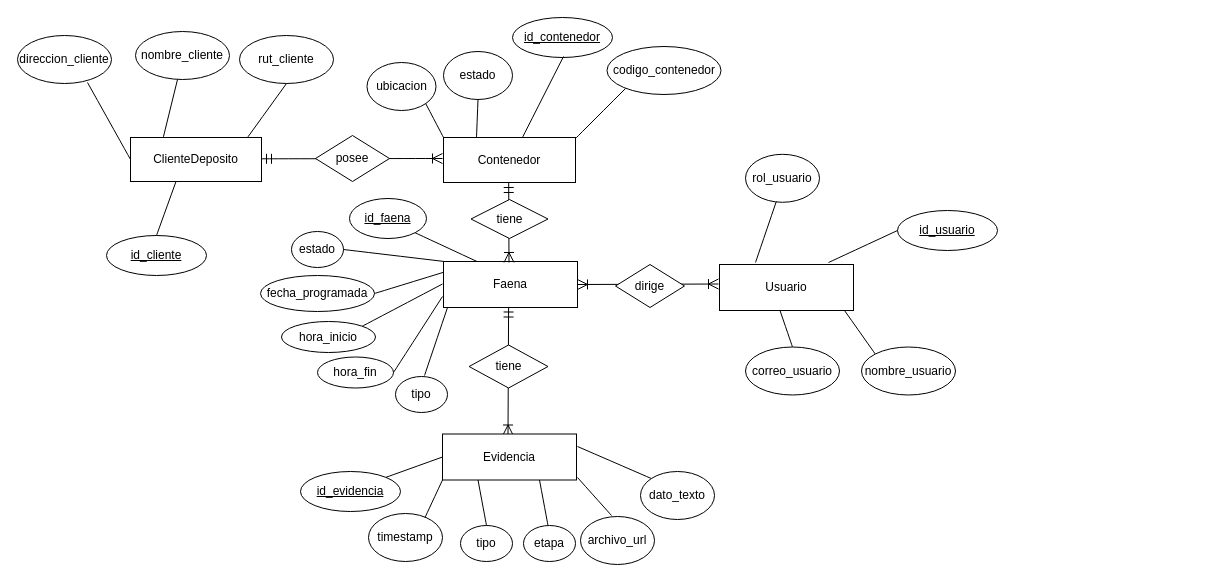
Above: Diagrama sin título.drawio in Er0ZzZ/Tarea-1 (draw.io), before the change. Source tidied: cells renumbered, new cells numbered last; positions are measured from the earlier drawing's top-left corner, leaving out a move shared by most shapes. Both pictures are drawn from the tidied source at 100%, with x=0, y=0 at pixel (17, 17).
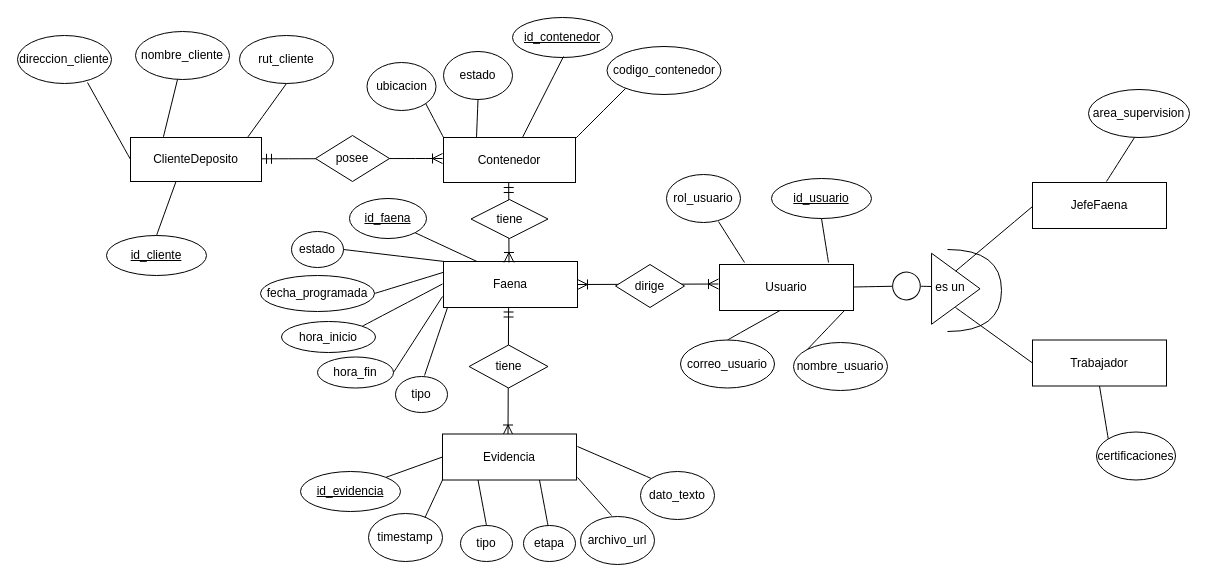
The same page after the edit.

Change to the diagram source:
```diff
@@
     <mxCell id="27" value="nombre_usuario" style="ellipse;whiteSpace=wrap;html=1;align=center;" parent="1" vertex="1">
-      <mxGeometry x="844" y="329.5" width="94" height="48" as="geometry" />
+      <mxGeometry x="776" y="325" width="94" height="48" as="geometry" />
     </mxCell>
     <mxCell id="28" value="correo_usuario" style="ellipse;whiteSpace=wrap;html=1;align=center;" parent="1" vertex="1">
-      <mxGeometry x="728" y="329.5" width="94" height="48" as="geometry" />
+      <mxGeometry x="663" y="322.5" width="94" height="48" as="geometry" />
     </mxCell>
     <mxCell id="29" value="rol_usuario" style="ellipse;whiteSpace=wrap;html=1;align=center;" parent="1" vertex="1">
-      <mxGeometry x="728" y="136.8" width="74" height="48" as="geometry" />
+      <mxGeometry x="649" y="157" width="74" height="48" as="geometry" />
     </mxCell>
@@
     <mxCell id="46" value="id_usuario" style="ellipse;whiteSpace=wrap;html=1;align=center;fontStyle=4;" parent="1" vertex="1">
-      <mxGeometry x="880" y="193" width="100" height="40" as="geometry" />
+      <mxGeometry x="754" y="161" width="100" height="40" as="geometry" />
     </mxCell>
-    <mxCell id="47" style="endArrow=none;html=1;rounded=0;fontSize=12;startSize=8;endSize=8;curved=1;entryX=0;entryY=0.5;entryDx=0;entryDy=0;" parent="1" edge="1" target="46">
+    <mxCell id="47" style="endArrow=none;html=1;rounded=0;fontSize=12;startSize=8;endSize=8;curved=1;entryX=0.5;entryY=1;entryDx=0;entryDy=0;" parent="1" edge="1" target="46">
       <mxGeometry relative="1" as="geometry">
         <mxPoint x="811" y="245" as="sourcePoint" />
       </mxGeometry>
     </mxCell>
@@
-    <mxCell id="63" style="endArrow=none;html=1;rounded=0;fontSize=12;startSize=8;endSize=8;curved=1;" parent="1" edge="1">
+    <mxCell id="63" style="endArrow=none;html=1;rounded=0;fontSize=12;startSize=8;endSize=8;curved=1;entryX=0.703;entryY=0.981;entryDx=0;entryDy=0;entryPerimeter=0;" parent="1" edge="1" target="29">
       <mxGeometry relative="1" as="geometry">
-        <mxPoint x="738" y="245" as="sourcePoint" />
-        <mxPoint x="758.8" y="184" as="targetPoint" />
+        <mxPoint x="727" y="245" as="sourcePoint" />
       </mxGeometry>
     </mxCell>
+    <mxCell id="64" style="verticalLabelPosition=bottom;verticalAlign=top;html=1;shape=mxgraph.basic.acute_triangle;dx=0.5;rotation=90;" parent="1" vertex="1">
+      <mxGeometry x="902.8" y="247" width="71" height="48.5" as="geometry" />
+    </mxCell>
+    <mxCell id="65" value="JefeFaena" style="whiteSpace=wrap;html=1;align=center;" parent="1" vertex="1">
+      <mxGeometry x="1015" y="165" width="134" height="46" as="geometry" />
+    </mxCell>
+    <mxCell id="66" value="Trabajador" style="whiteSpace=wrap;html=1;align=center;" parent="1" vertex="1">
+      <mxGeometry x="1015" y="322.5" width="134" height="46" as="geometry" />
+    </mxCell>
+    <mxCell id="67" style="endArrow=none;html=1;rounded=0;fontSize=12;startSize=8;endSize=8;curved=1;" parent="1" edge="1" source="72">
+      <mxGeometry relative="1" as="geometry">
+        <mxPoint x="914" y="269" as="targetPoint" />
+      </mxGeometry>
+    </mxCell>
+    <mxCell id="68" style="endArrow=none;html=1;rounded=0;fontSize=12;startSize=8;endSize=8;curved=1;exitX=0;exitY=0;exitDx=17.75;exitDy=24.25;exitPerimeter=0;" parent="1" edge="1" source="64">
+      <mxGeometry relative="1" as="geometry">
+        <mxPoint x="1015" y="189" as="targetPoint" />
+      </mxGeometry>
+    </mxCell>
+    <mxCell id="69" style="endArrow=none;html=1;rounded=0;fontSize=12;startSize=8;endSize=8;curved=1;exitX=0;exitY=0;exitDx=17.75;exitDy=24.25;exitPerimeter=0;entryX=0;entryY=0.5;entryDx=0;entryDy=0;" parent="1" edge="1" target="66">
+      <mxGeometry relative="1" as="geometry">
+        <mxPoint x="938" y="290" as="sourcePoint" />
+      </mxGeometry>
+    </mxCell>
+    <mxCell id="70" style="shape=requiredInterface;html=1;verticalLabelPosition=bottom;sketch=0;" parent="1" vertex="1">
+      <mxGeometry x="930" y="232" width="54" height="82" as="geometry" />
+    </mxCell>
+    <mxCell id="71" style="endArrow=none;html=1;rounded=0;fontSize=12;startSize=8;endSize=8;curved=1;" parent="1" edge="1" target="72">
+      <mxGeometry relative="1" as="geometry">
+        <mxPoint x="836" y="269.5" as="sourcePoint" />
+      </mxGeometry>
+    </mxCell>
+    <mxCell id="72" style="verticalLabelPosition=bottom;verticalAlign=top;html=1;shape=mxgraph.flowchart.on-page_reference;rotation=-75;" parent="1" vertex="1">
+      <mxGeometry x="875.1" y="254.7" width="27.7" height="27.6" as="geometry" />
+    </mxCell>
+    <mxCell id="73" value="es un" style="text;html=1;whiteSpace=wrap;strokeColor=none;fillColor=none;align=center;verticalAlign=middle;rounded=0;" parent="1" vertex="1">
+      <mxGeometry x="902.8" y="254.7" width="60" height="30" as="geometry" />
+    </mxCell>
+    <mxCell id="74" value="area_supervision" style="ellipse;whiteSpace=wrap;html=1;align=center;" parent="1" vertex="1">
+      <mxGeometry x="1071" y="72" width="101" height="48" as="geometry" />
+    </mxCell>
+    <mxCell id="75" style="endArrow=none;html=1;rounded=0;fontSize=12;startSize=8;endSize=8;curved=1;entryX=0.703;entryY=0.981;entryDx=0;entryDy=0;entryPerimeter=0;" parent="1" edge="1">
+      <mxGeometry relative="1" as="geometry">
+        <mxPoint x="1089" y="164" as="sourcePoint" />
+        <mxPoint x="1117" y="120" as="targetPoint" />
+      </mxGeometry>
+    </mxCell>
+    <mxCell id="76" value="certificaciones" style="ellipse;whiteSpace=wrap;html=1;align=center;" parent="1" vertex="1">
+      <mxGeometry x="1079" y="414.5" width="79" height="48" as="geometry" />
+    </mxCell>
+    <mxCell id="77" style="endArrow=none;html=1;rounded=0;fontSize=12;startSize=8;endSize=8;curved=1;entryX=0.5;entryY=1;entryDx=0;entryDy=0;exitX=0;exitY=0;exitDx=0;exitDy=0;" parent="1" edge="1" source="76" target="66">
+      <mxGeometry relative="1" as="geometry" />
+    </mxCell>
```
